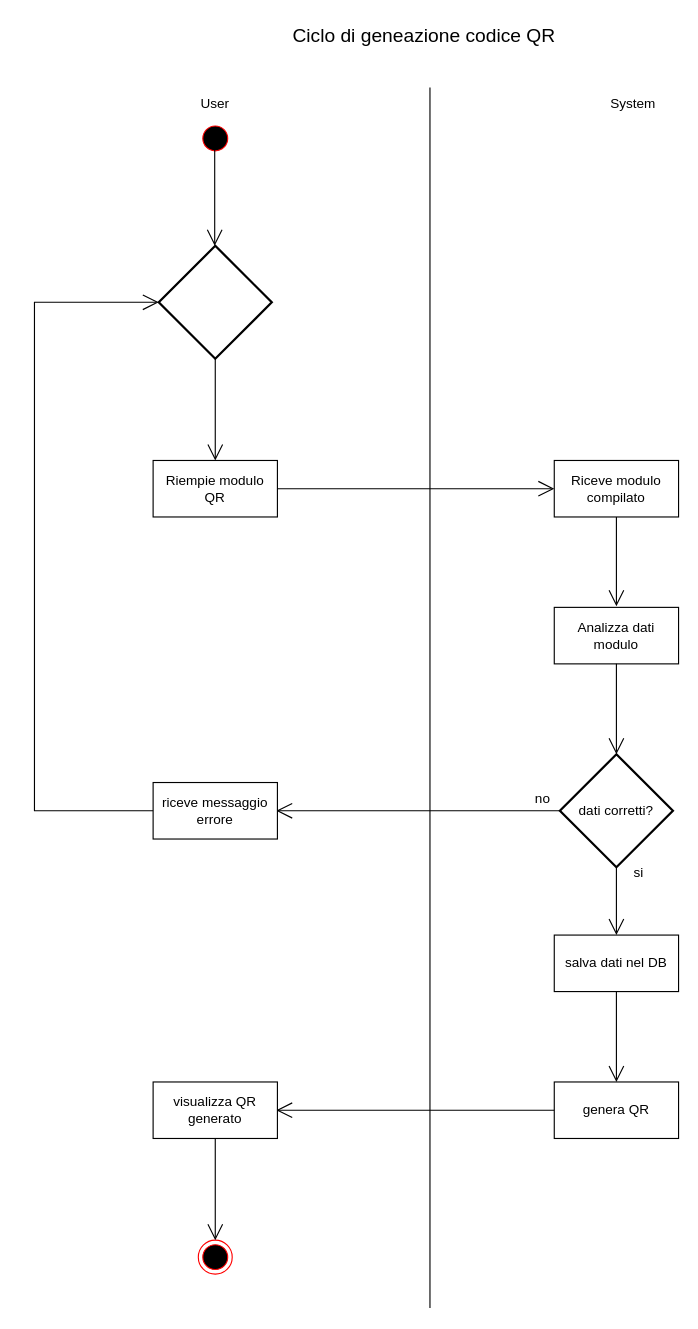
Before: 7_Allegati/Swimlane.drawio in bianchi-riley/QR_Code_generator, a draw.io diagram. Source tidied: cells renumbered, new cells numbered last; positions are measured from the earlier drawing's top-left corner, leaving out a move shared by most shapes. Both pictures are drawn from the tidied source at 113%, with x=0, y=0 at pixel (34, 19).
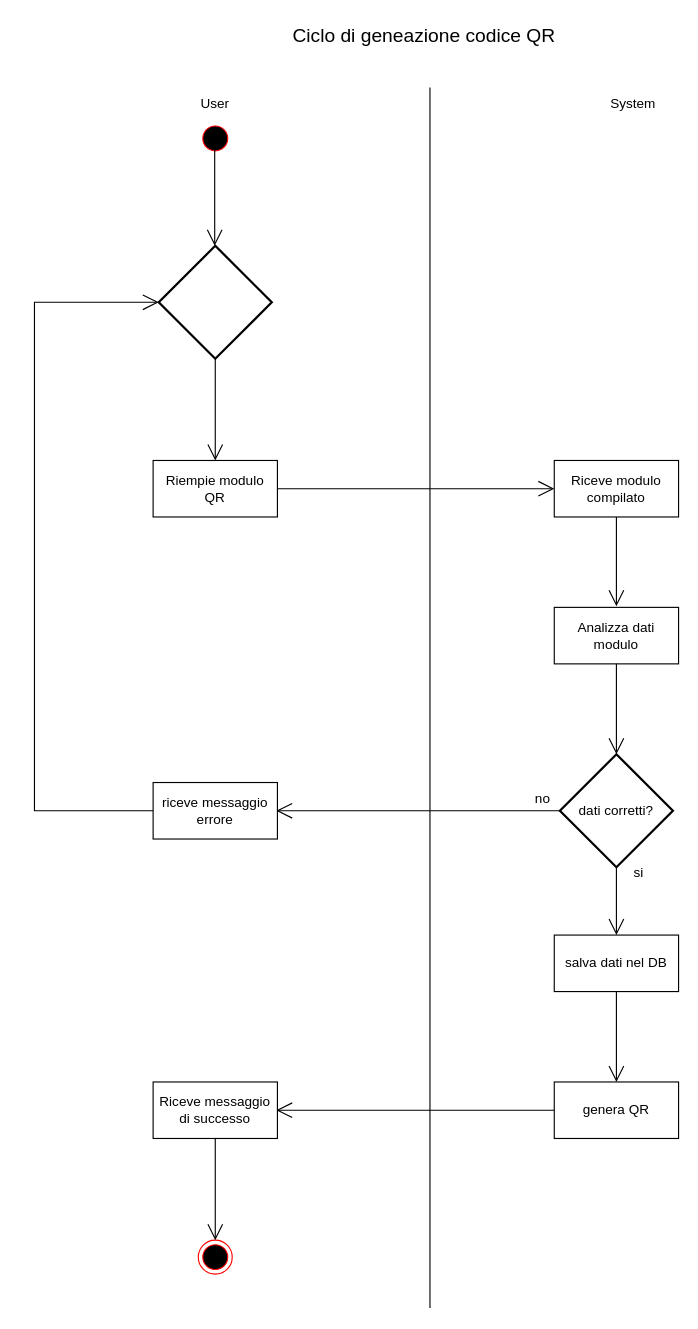
The same diagram, later.

Diff of the diagram source:
```diff
@@
-    <mxCell id="23" value="visualizza QR generato" style="html=1;whiteSpace=wrap;" parent="1" vertex="1">
+    <mxCell id="23" value="Riceve messaggio di successo" style="html=1;whiteSpace=wrap;" parent="1" vertex="1">
       <mxGeometry x="105" y="940" width="110" height="50" as="geometry" />
     </mxCell>
```
